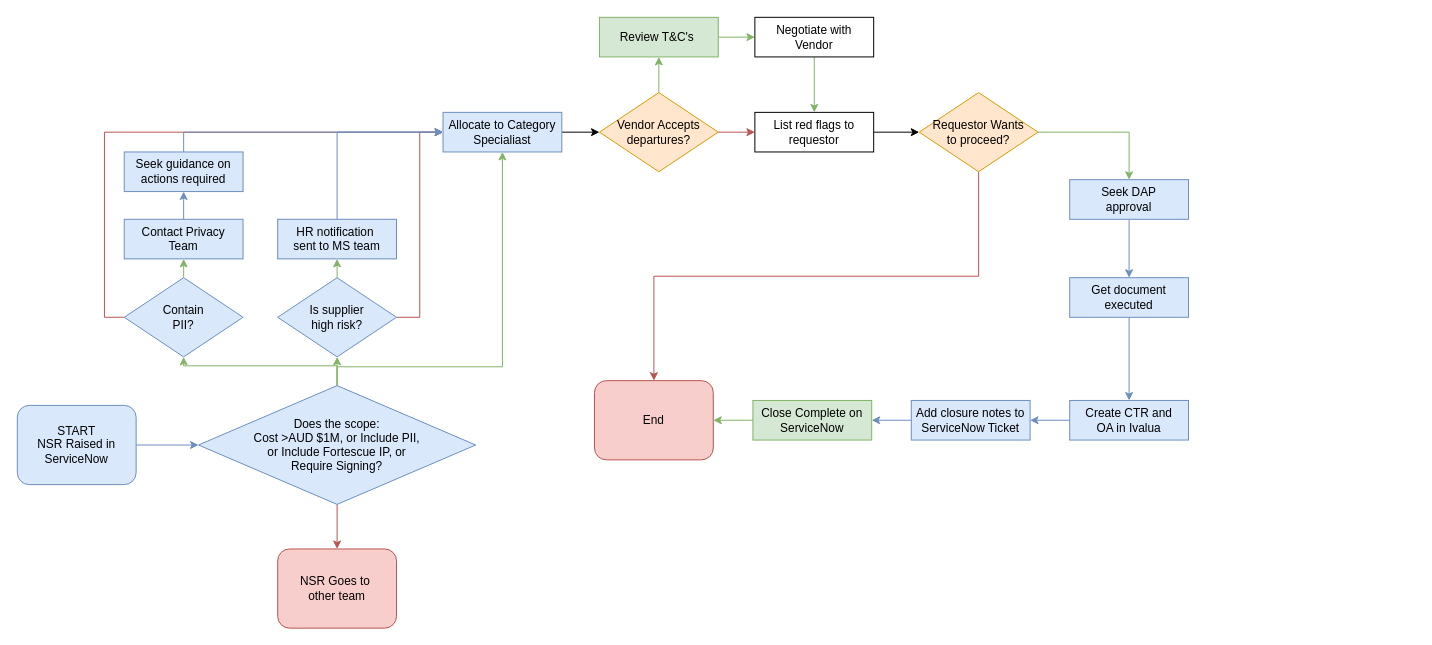
Before: New NSR.drawio in Dyo-Artist/Fortsecue, a draw.io diagram. Source tidied: cells renumbered, new cells numbered last; positions are measured from the earlier drawing's top-left corner, leaving out a move shared by most shapes. Both pictures are drawn from the tidied source at 99%, with x=0, y=0 at pixel (17, 17).
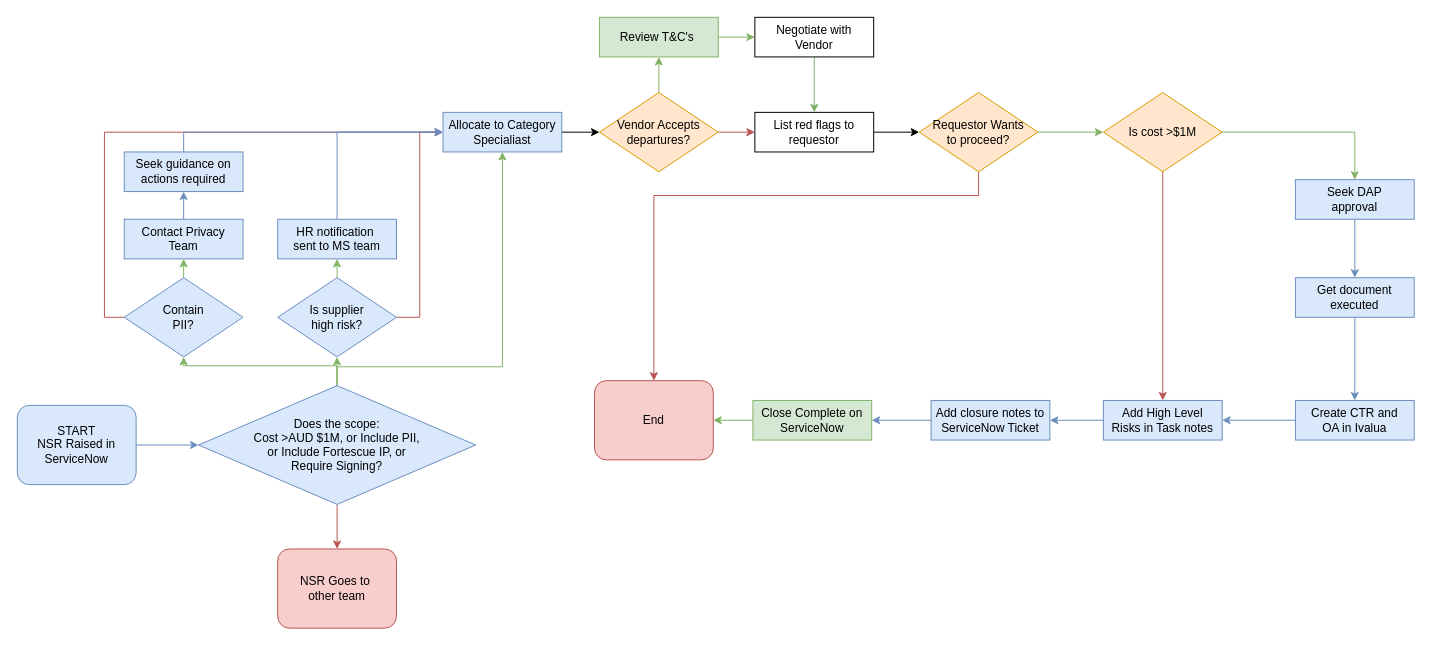
The same diagram, later.

The change refers to these unchanged cells:
```xml
<mxCell id="27" value="Requestor Wants&lt;div&gt;to proceed?&lt;/div&gt;" style="rhombus;whiteSpace=wrap;html=1;fillColor=#ffe6cc;strokeColor=#d79b00;" parent="1" vertex="1">
  <mxGeometry x="911" y="76" width="120" height="80" as="geometry" />
</mxCell>
<mxCell id="28" value="End" style="rounded=1;whiteSpace=wrap;html=1;fontSize=12;glass=0;strokeWidth=1;shadow=0;fillColor=#f8cecc;strokeColor=#b85450;" parent="1" vertex="1">
  <mxGeometry x="583" y="367" width="120" height="80" as="geometry" />
</mxCell>
```

What changed in the source:
```diff
@@
     <mxCell id="25" style="edgeStyle=orthogonalEdgeStyle;rounded=0;jettySize=auto;html=1;exitX=0.5;exitY=1;exitDx=0;exitDy=0;entryX=0.5;entryY=0;entryDx=0;entryDy=0;fillColor=#f8cecc;strokeColor=#b85450;" parent="1" edge="1" source="27" target="28">
-      <mxGeometry relative="1" as="geometry" />
+      <mxGeometry relative="1" as="geometry">
+        <Array as="points">
+          <mxPoint x="971" y="180" />
+          <mxPoint x="643" y="180" />
+        </Array>
+      </mxGeometry>
     </mxCell>
-    <mxCell id="26" style="edgeStyle=orthogonalEdgeStyle;rounded=0;jettySize=auto;html=1;exitX=1;exitY=0.5;exitDx=0;exitDy=0;entryX=0.5;entryY=0;entryDx=0;entryDy=0;fillColor=#d5e8d4;strokeColor=#82b366;" parent="1" edge="1" source="27" target="35">
+    <mxCell id="26" style="edgeStyle=orthogonalEdgeStyle;rounded=0;jettySize=auto;html=1;exitX=1;exitY=0.5;exitDx=0;exitDy=0;entryX=0;entryY=0.5;entryDx=0;entryDy=0;fillColor=#d5e8d4;strokeColor=#82b366;" parent="1" edge="1" source="27" target="47">
       <mxGeometry relative="1" as="geometry" />
     </mxCell>
@@
     <mxCell id="35" value="Seek DAP&lt;div&gt;approval&lt;/div&gt;" style="rounded=0;whiteSpace=wrap;html=1;fillColor=#dae8fc;strokeColor=#6c8ebf;" parent="1" vertex="1">
-      <mxGeometry x="1063" y="164" width="120" height="40" as="geometry" />
+      <mxGeometry x="1291" y="164" width="120" height="40" as="geometry" />
     </mxCell>
@@
     <mxCell id="37" value="Get document&lt;div&gt;executed&lt;/div&gt;" style="rounded=0;whiteSpace=wrap;html=1;fillColor=#dae8fc;strokeColor=#6c8ebf;" parent="1" vertex="1">
-      <mxGeometry x="1063" y="263" width="120" height="40" as="geometry" />
+      <mxGeometry x="1291" y="263" width="120" height="40" as="geometry" />
     </mxCell>
-    <mxCell id="38" style="edgeStyle=orthogonalEdgeStyle;rounded=0;jettySize=auto;html=1;exitX=0;exitY=0.5;exitDx=0;exitDy=0;entryX=1;entryY=0.5;entryDx=0;entryDy=0;fillColor=#dae8fc;strokeColor=#6c8ebf;" parent="1" edge="1" source="39" target="41">
+    <mxCell id="38" style="edgeStyle=orthogonalEdgeStyle;rounded=0;jettySize=auto;html=1;exitX=0;exitY=0.5;exitDx=0;exitDy=0;entryX=1;entryY=0.5;entryDx=0;entryDy=0;fillColor=#dae8fc;strokeColor=#6c8ebf;" parent="1" edge="1" source="51" target="41">
       <mxGeometry relative="1" as="geometry" />
     </mxCell>
     <mxCell id="39" value="Create CTR and&lt;div&gt;OA in Ivalua&lt;/div&gt;" style="rounded=0;whiteSpace=wrap;html=1;fillColor=#dae8fc;strokeColor=#6c8ebf;" parent="1" vertex="1">
-      <mxGeometry x="1063" y="387" width="120" height="40" as="geometry" />
+      <mxGeometry x="1291" y="387" width="120" height="40" as="geometry" />
     </mxCell>
@@
     <mxCell id="41" value="Add closure notes to&lt;div&gt;ServiceNow Ticket&lt;/div&gt;" style="rounded=0;whiteSpace=wrap;html=1;fillColor=#dae8fc;strokeColor=#6c8ebf;" parent="1" vertex="1">
-      <mxGeometry x="903" y="387" width="120" height="40" as="geometry" />
+      <mxGeometry x="923" y="387" width="120" height="40" as="geometry" />
     </mxCell>
@@
+    <mxCell id="47" value="Is cost &amp;gt;$1M" style="rhombus;whiteSpace=wrap;html=1;fillColor=#ffe6cc;strokeColor=#d79b00;" parent="1" vertex="1">
+      <mxGeometry x="1097" y="76" width="120" height="80" as="geometry" />
+    </mxCell>
+    <mxCell id="48" style="edgeStyle=orthogonalEdgeStyle;rounded=0;jettySize=auto;html=1;exitX=1;exitY=0.5;exitDx=0;exitDy=0;entryX=0.5;entryY=0;entryDx=0;entryDy=0;fillColor=#d5e8d4;strokeColor=#82b366;" parent="1" edge="1" source="47" target="35">
+      <mxGeometry relative="1" as="geometry" />
+    </mxCell>
+    <mxCell id="49" style="edgeStyle=orthogonalEdgeStyle;rounded=0;jettySize=auto;html=1;exitX=0.5;exitY=1;exitDx=0;exitDy=0;fillColor=#f8cecc;strokeColor=#b85450;entryX=0.5;entryY=0;entryDx=0;entryDy=0;" parent="1" edge="1" source="47" target="51">
+      <mxGeometry relative="1" as="geometry" />
+    </mxCell>
+    <mxCell id="50" style="edgeStyle=orthogonalEdgeStyle;rounded=0;jettySize=auto;html=1;exitX=0;exitY=0.5;exitDx=0;exitDy=0;entryX=1;entryY=0.5;entryDx=0;entryDy=0;fillColor=#dae8fc;strokeColor=#6c8ebf;" parent="1" edge="1" source="39" target="51">
+      <mxGeometry relative="1" as="geometry" />
+    </mxCell>
+    <mxCell id="51" value="Add High Level&lt;br&gt;Risks in Task notes" style="rounded=0;whiteSpace=wrap;html=1;fillColor=#dae8fc;strokeColor=#6c8ebf;" parent="1" vertex="1">
+      <mxGeometry x="1097" y="387" width="120" height="40" as="geometry" />
+    </mxCell>
```
